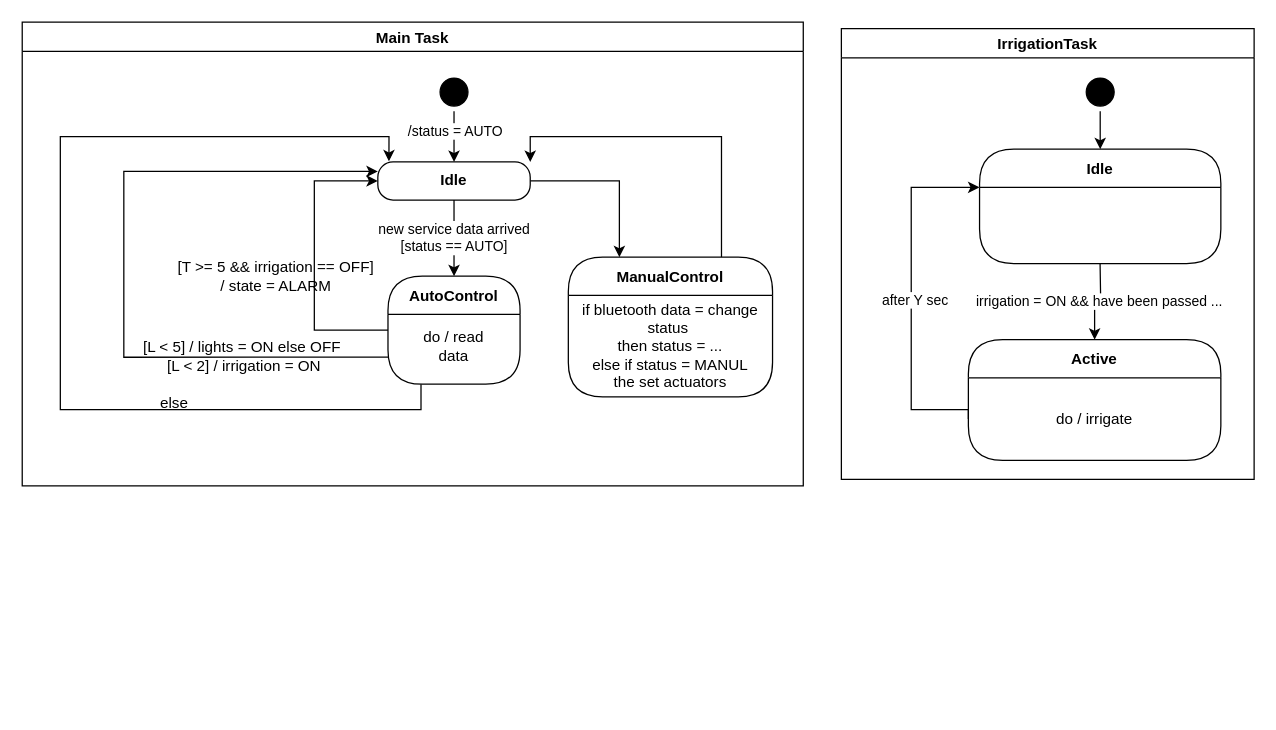
Before: page "overview" (1 of 4) of doc/diagrams/state-chart.drawio in tassiLuca/smart-garden, a draw.io diagram. Source tidied: cells renumbered, new cells numbered last; positions are measured from the earlier drawing's top-left corner, leaving out a move shared by most shapes. Both pictures are drawn from the tidied source at 127%, with x=0, y=0 at pixel (22, 22).
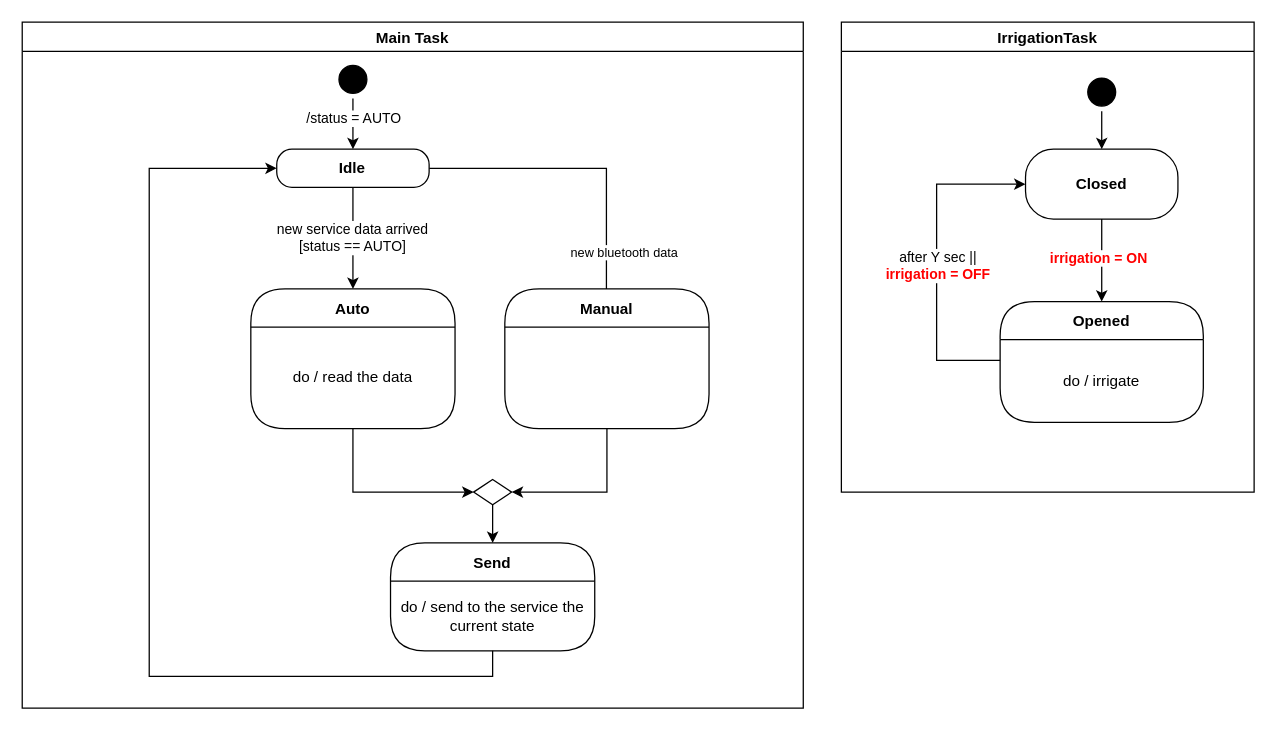
Above is the later version.

Diff of the diagram source:
```diff
@@
     <mxCell id="2" value="IrrigationTask" style="swimlane;strokeColor=#000000;" parent="1" vertex="1">
-      <mxGeometry x="645" y="5" width="325" height="355" as="geometry" />
+      <mxGeometry x="645" width="325" height="370" as="geometry" />
     </mxCell>
     <mxCell id="3" style="ellipse;html=1;shape=startState;fillColor=#000000;strokeColor=#000000;" parent="2" vertex="1">
-      <mxGeometry x="188.8" y="35" width="30" height="30" as="geometry" />
+      <mxGeometry x="190" y="40" width="30" height="30" as="geometry" />
     </mxCell>
-    <mxCell id="4" value="Active" style="swimlane;fontStyle=1;align=center;verticalAlign=middle;horizontal=1;startSize=30;rounded=1;arcSize=30;swimlaneFillColor=#FFFFFF;" parent="2" vertex="1">
-      <mxGeometry x="100" y="245" width="198.8" height="95" as="geometry" />
+    <mxCell id="4" value="Opened" style="swimlane;fontStyle=1;align=center;verticalAlign=middle;horizontal=1;startSize=30;rounded=1;arcSize=30;swimlaneFillColor=#FFFFFF;" parent="2" vertex="1">
+      <mxGeometry x="125" y="220" width="160" height="95" as="geometry" />
     </mxCell>
-    <mxCell id="5" value="do / irrigate" style="text;html=1;align=center;verticalAlign=middle;spacingLeft=4;spacingRight=4;whiteSpace=wrap;overflow=hidden;" parent="4" vertex="1">
-      <mxGeometry y="30" width="198.8" height="65" as="geometry" />
-    </mxCell>
-    <mxCell id="6" style="edgeStyle=orthogonalEdgeStyle;rounded=0;jettySize=auto;html=1;exitX=0;exitY=0.5;exitDx=0;exitDy=0;entryX=0;entryY=0;entryDx=0;entryDy=0;fontColor=#000000;" parent="2" edge="1" source="5">
+    <mxCell id="6" style="edgeStyle=orthogonalEdgeStyle;rounded=0;jettySize=auto;html=1;exitX=0;exitY=0.25;exitDx=0;exitDy=0;entryX=0;entryY=0.5;entryDx=0;entryDy=0;fontColor=#000000;" parent="2" edge="1" source="5" target="30">
       <mxGeometry relative="1" as="geometry">
-        <mxPoint x="108.7" y="125" as="targetPoint" />
         <Array as="points">
-          <mxPoint x="55" y="300" />
-          <mxPoint x="55" y="125" />
+          <mxPoint x="75" y="266" />
+          <mxPoint x="75" y="128" />
+          <mxPoint x="145" y="128" />
         </Array>
       </mxGeometry>
     </mxCell>
-    <mxCell id="7" value="after Y sec" style="edgeLabel;html=1;align=center;verticalAlign=middle;fontColor=#000000;" parent="6" vertex="1">
-      <mxGeometry x="-0.01" y="-2" relative="1" as="geometry" />
+    <mxCell id="7" value="after Y sec || &lt;br&gt;&lt;b&gt;&lt;font color=&quot;#ff0000&quot;&gt;irrigation = OFF&lt;/font&gt;&lt;/b&gt;" style="edgeLabel;html=1;align=center;verticalAlign=middle;fontColor=#000000;" parent="6" vertex="1">
+      <mxGeometry x="-0.01" y="-2" relative="1" as="geometry">
+        <mxPoint x="-2" y="3" as="offset" />
+      </mxGeometry>
     </mxCell>
-    <mxCell id="8" value="Idle" style="swimlane;fontStyle=1;align=center;verticalAlign=middle;horizontal=1;startSize=30;rounded=1;arcSize=30;swimlaneFillColor=#FFFFFF;" parent="2" vertex="1">
-      <mxGeometry x="108.8" y="95" width="190" height="90" as="geometry" />
-    </mxCell>
-    <mxCell id="9" style="edgeStyle=orthogonalEdgeStyle;rounded=0;jettySize=auto;html=1;exitX=0.5;exitY=1;exitDx=0;exitDy=0;entryX=0.5;entryY=0;entryDx=0;entryDy=0;" parent="2" edge="1" source="3" target="8">
+    <mxCell id="9" style="edgeStyle=orthogonalEdgeStyle;rounded=0;jettySize=auto;html=1;exitX=0.5;exitY=1;exitDx=0;exitDy=0;entryX=0.5;entryY=0;entryDx=0;entryDy=0;" parent="2" edge="1" source="3" target="30">
       <mxGeometry relative="1" as="geometry" />
     </mxCell>
-    <mxCell id="10" style="edgeStyle=orthogonalEdgeStyle;rounded=0;jettySize=auto;html=1;exitX=0.5;exitY=1;exitDx=0;exitDy=0;entryX=0.5;entryY=0;entryDx=0;entryDy=0;" parent="2" edge="1" target="4">
-      <mxGeometry relative="1" as="geometry">
-        <mxPoint x="203.7" y="185" as="sourcePoint" />
-      </mxGeometry>
+    <mxCell id="10" style="edgeStyle=orthogonalEdgeStyle;rounded=0;jettySize=auto;html=1;exitX=0.5;exitY=1;exitDx=0;exitDy=0;entryX=0.5;entryY=0;entryDx=0;entryDy=0;" parent="2" edge="1" source="30" target="4">
+      <mxGeometry relative="1" as="geometry" />
     </mxCell>
-    <mxCell id="11" value="irrigation = ON &amp;amp;&amp;amp; have been passed ..." style="edgeLabel;html=1;align=center;verticalAlign=middle;" parent="10" vertex="1">
+    <mxCell id="11" value="&lt;b&gt;&lt;font color=&quot;#ff0000&quot;&gt;irrigation = ON&amp;nbsp;&lt;/font&gt;&lt;/b&gt;" style="edgeLabel;html=1;align=center;verticalAlign=middle;" parent="10" vertex="1">
       <mxGeometry x="-0.09" y="-2" relative="1" as="geometry" />
     </mxCell>
+    <mxCell id="30" value="Closed" style="rounded=1;whiteSpace=wrap;html=1;arcSize=40;fontStyle=1;" parent="2" vertex="1">
+      <mxGeometry x="145" y="100" width="120" height="55" as="geometry" />
+    </mxCell>
+    <mxCell id="5" value="do / irrigate" style="text;html=1;align=center;verticalAlign=middle;spacingLeft=4;spacingRight=4;whiteSpace=wrap;overflow=hidden;" parent="2" vertex="1">
+      <mxGeometry x="125" y="250" width="160" height="65" as="geometry" />
+    </mxCell>
     <mxCell id="12" value="Main Task" style="swimlane;strokeColor=#000000;" parent="1" vertex="1">
-      <mxGeometry width="615" height="365" as="geometry" />
+      <mxGeometry width="615" height="540" as="geometry" />
     </mxCell>
     <mxCell id="13" style="ellipse;html=1;shape=startState;fillColor=#000000;strokeColor=#000000;" parent="12" vertex="1">
-      <mxGeometry x="325" y="40" width="30" height="30" as="geometry" />
+      <mxGeometry x="245.4" y="30" width="30" height="30" as="geometry" />
     </mxCell>
-    <mxCell id="14" value="new service data arrived&lt;br&gt;[status == AUTO]" style="edgeStyle=orthogonalEdgeStyle;curved=1;jettySize=auto;html=1;exitX=0.5;exitY=1;exitDx=0;exitDy=0;entryX=0.5;entryY=0;entryDx=0;entryDy=0;fontColor=#000000;" parent="12" edge="1" source="16" target="22">
+    <mxCell id="14" value="new service data arrived&lt;br&gt;[status == AUTO]" style="edgeStyle=orthogonalEdgeStyle;jettySize=auto;html=1;exitX=0.5;exitY=1;exitDx=0;exitDy=0;entryX=0.5;entryY=0;entryDx=0;entryDy=0;fontColor=#000000;rounded=0;" parent="12" edge="1" source="16" target="32">
       <mxGeometry relative="1" as="geometry" />
     </mxCell>
-    <mxCell id="15" style="edgeStyle=orthogonalEdgeStyle;rounded=0;jettySize=auto;html=1;exitX=1;exitY=0.5;exitDx=0;exitDy=0;entryX=0.25;entryY=0;entryDx=0;entryDy=0;fontColor=#000000;startArrow=none;startFill=0;" parent="12" edge="1" source="16" target="24">
+    <mxCell id="15" style="edgeStyle=orthogonalEdgeStyle;rounded=0;jettySize=auto;html=1;exitX=1;exitY=0.5;exitDx=0;exitDy=0;entryX=0.5;entryY=0;entryDx=0;entryDy=0;fontColor=#000000;startArrow=none;startFill=0;" parent="12" edge="1" source="16" target="24">
       <mxGeometry relative="1" as="geometry">
         <Array as="points">
-          <mxPoint x="470" y="125" />
+          <mxPoint x="460" y="115" />
+          <mxPoint x="460" y="240" />
         </Array>
       </mxGeometry>
     </mxCell>
+    <mxCell id="31" value="new bluetooth data" style="edgeLabel;html=1;align=center;verticalAlign=middle;fontSize=10;fontColor=#000000;" parent="15" vertex="1">
+      <mxGeometry x="-0.15" y="1" relative="1" as="geometry">
+        <mxPoint x="28" y="66" as="offset" />
+      </mxGeometry>
+    </mxCell>
     <mxCell id="16" value="Idle" style="rounded=1;whiteSpace=wrap;html=1;arcSize=40;fontStyle=1;" parent="12" vertex="1">
-      <mxGeometry x="280" y="110" width="120" height="30" as="geometry" />
+      <mxGeometry x="200.4" y="100" width="120" height="30" as="geometry" />
     </mxCell>
@@
-    <mxCell id="19" style="edgeStyle=orthogonalEdgeStyle;rounded=0;jettySize=auto;html=1;exitX=0;exitY=0.5;exitDx=0;exitDy=0;entryX=0;entryY=0.5;entryDx=0;entryDy=0;fontColor=#000000;startArrow=none;startFill=0;" parent="12" edge="1" source="22" target="16">
-      <mxGeometry relative="1" as="geometry">
-        <Array as="points">
-          <mxPoint x="230" y="242" />
-          <mxPoint x="230" y="125" />
-        </Array>
-      </mxGeometry>
-    </mxCell>
-    <mxCell id="20" style="edgeStyle=orthogonalEdgeStyle;rounded=0;jettySize=auto;html=1;exitX=0;exitY=0.75;exitDx=0;exitDy=0;entryX=0;entryY=0.25;entryDx=0;entryDy=0;fontColor=#000000;startArrow=none;startFill=0;" parent="12" edge="1" source="22" target="16">
-      <mxGeometry relative="1" as="geometry">
-        <Array as="points">
-          <mxPoint x="80" y="264" />
-          <mxPoint x="80" y="118" />
-        </Array>
-      </mxGeometry>
-    </mxCell>
-    <mxCell id="21" style="edgeStyle=orthogonalEdgeStyle;rounded=0;jettySize=auto;html=1;exitX=0.25;exitY=1;exitDx=0;exitDy=0;entryX=0.073;entryY=-0.016;entryDx=0;entryDy=0;entryPerimeter=0;fontColor=#000000;startArrow=none;startFill=0;" parent="12" edge="1" source="22" target="16">
-      <mxGeometry relative="1" as="geometry">
-        <Array as="points">
-          <mxPoint x="314" y="305" />
-          <mxPoint x="30" y="305" />
-          <mxPoint x="30" y="90" />
-          <mxPoint x="289" y="90" />
-        </Array>
-      </mxGeometry>
-    </mxCell>
-    <mxCell id="22" value="AutoControl" style="swimlane;fontStyle=1;align=center;verticalAlign=middle;horizontal=1;startSize=30;rounded=1;arcSize=30;swimlaneFillColor=#FFFFFF;" parent="12" vertex="1">
-      <mxGeometry x="288" y="200" width="104" height="85" as="geometry" />
-    </mxCell>
-    <mxCell id="23" style="edgeStyle=orthogonalEdgeStyle;rounded=0;jettySize=auto;html=1;exitX=0.75;exitY=0;exitDx=0;exitDy=0;entryX=1;entryY=0;entryDx=0;entryDy=0;fontColor=#000000;startArrow=none;startFill=0;" parent="12" edge="1" source="24" target="16">
-      <mxGeometry relative="1" as="geometry" />
-    </mxCell>
-    <mxCell id="24" value="ManualControl" style="swimlane;fontStyle=1;align=center;verticalAlign=middle;horizontal=1;startSize=30;rounded=1;arcSize=30;swimlaneFillColor=#FFFFFF;" parent="12" vertex="1">
-      <mxGeometry x="430" y="185" width="160.8" height="110" as="geometry" />
+    <mxCell id="24" value="Manual" style="swimlane;fontStyle=1;align=center;verticalAlign=middle;horizontal=1;startSize=30;rounded=1;arcSize=30;swimlaneFillColor=#FFFFFF;" parent="12" vertex="1">
+      <mxGeometry x="380" y="210" width="160.8" height="110" as="geometry" />
     </mxCell>
-    <mxCell id="25" value="if bluetooth data = change status&amp;nbsp;&lt;br&gt;then status = ...&lt;br&gt;else if status = MANUL&lt;br&gt;the set actuators" style="text;html=1;align=center;verticalAlign=middle;spacingLeft=4;spacingRight=4;whiteSpace=wrap;overflow=hidden;" parent="24" vertex="1">
+    <mxCell id="25" value="&amp;nbsp; &amp;nbsp;&amp;nbsp;" style="text;html=1;align=center;verticalAlign=middle;spacingLeft=4;spacingRight=4;whiteSpace=wrap;overflow=hidden;" parent="24" vertex="1">
       <mxGeometry y="30" width="160.8" height="80" as="geometry" />
     </mxCell>
-    <mxCell id="26" value="[T &amp;gt;= 5 &amp;amp;&amp;amp; irrigation == OFF] / state = ALARM" style="text;html=1;strokeColor=none;fillColor=none;align=center;verticalAlign=middle;whiteSpace=wrap;rounded=0;fontColor=#000000;" parent="12" vertex="1">
-      <mxGeometry x="120" y="185" width="160" height="30" as="geometry" />
-    </mxCell>
-    <mxCell id="27" value="[L &amp;lt; 5] / lights = ON else OFF&amp;nbsp;&lt;br&gt;[L &amp;lt; 2] / irrigation = ON" style="text;html=1;strokeColor=none;fillColor=none;align=center;verticalAlign=middle;whiteSpace=wrap;rounded=0;fontColor=#000000;" parent="12" vertex="1">
-      <mxGeometry x="90" y="248" width="170" height="30" as="geometry" />
-    </mxCell>
-    <mxCell id="28" value="else" style="text;html=1;strokeColor=none;fillColor=none;align=center;verticalAlign=middle;whiteSpace=wrap;rounded=0;fontColor=#000000;" parent="12" vertex="1">
-      <mxGeometry x="90" y="285" width="60" height="30" as="geometry" />
-    </mxCell>
-    <mxCell id="29" value="do / read data" style="text;html=1;strokeColor=none;fillColor=none;align=center;verticalAlign=middle;whiteSpace=wrap;rounded=0;fontColor=#000000;" parent="12" vertex="1">
-      <mxGeometry x="310" y="240" width="60" height="30" as="geometry" />
-    </mxCell>
+    <mxCell id="32" value="Auto" style="swimlane;fontStyle=1;align=center;verticalAlign=middle;horizontal=1;startSize=30;rounded=1;arcSize=30;swimlaneFillColor=#FFFFFF;" parent="12" vertex="1">
+      <mxGeometry x="180" y="210" width="160.8" height="110" as="geometry" />
+    </mxCell>
+    <mxCell id="33" value="do / read the data" style="text;html=1;align=center;verticalAlign=middle;spacingLeft=4;spacingRight=4;whiteSpace=wrap;overflow=hidden;" parent="32" vertex="1">
+      <mxGeometry y="30" width="160.8" height="80" as="geometry" />
+    </mxCell>
+    <mxCell id="34" value="Send" style="swimlane;fontStyle=1;align=center;verticalAlign=middle;horizontal=1;startSize=30;rounded=1;arcSize=30;swimlaneFillColor=#FFFFFF;" parent="12" vertex="1">
+      <mxGeometry x="290" y="410" width="160.8" height="85" as="geometry" />
+    </mxCell>
+    <mxCell id="35" value="do / send to the service the current state" style="text;html=1;align=center;verticalAlign=middle;spacingLeft=4;spacingRight=4;whiteSpace=wrap;overflow=hidden;" parent="34" vertex="1">
+      <mxGeometry y="30" width="160.8" height="55" as="geometry" />
+    </mxCell>
+    <mxCell id="36" style="edgeStyle=orthogonalEdgeStyle;curved=1;jettySize=auto;html=1;exitX=0.5;exitY=1;exitDx=0;exitDy=0;entryX=0.5;entryY=0;entryDx=0;entryDy=0;fontSize=10;fontColor=#000000;" parent="12" edge="1" source="37" target="34">
+      <mxGeometry relative="1" as="geometry" />
+    </mxCell>
+    <mxCell id="37" style="shape=rhombus;perimeter=rhombusPerimeter;whiteSpace=wrap;html=1;align=center;fontSize=10;fontColor=#000000;" parent="12" vertex="1">
+      <mxGeometry x="355.4" y="360" width="30" height="20" as="geometry" />
+    </mxCell>
+    <mxCell id="38" style="edgeStyle=orthogonalEdgeStyle;jettySize=auto;html=1;exitX=0.5;exitY=1;exitDx=0;exitDy=0;entryX=0;entryY=0.5;entryDx=0;entryDy=0;fontSize=10;fontColor=#000000;rounded=0;" parent="12" edge="1" source="33" target="37">
+      <mxGeometry relative="1" as="geometry" />
+    </mxCell>
+    <mxCell id="39" style="edgeStyle=orthogonalEdgeStyle;rounded=0;jettySize=auto;html=1;exitX=0.5;exitY=1;exitDx=0;exitDy=0;entryX=1;entryY=0.5;entryDx=0;entryDy=0;fontSize=10;fontColor=#000000;" parent="12" edge="1" source="25" target="37">
+      <mxGeometry relative="1" as="geometry" />
+    </mxCell>
+    <mxCell id="40" style="edgeStyle=orthogonalEdgeStyle;rounded=0;jettySize=auto;html=1;exitX=0.5;exitY=1;exitDx=0;exitDy=0;entryX=0;entryY=0.5;entryDx=0;entryDy=0;fontSize=10;fontColor=#000000;" parent="12" edge="1" source="35" target="16">
+      <mxGeometry relative="1" as="geometry">
+        <Array as="points">
+          <mxPoint x="370" y="515" />
+          <mxPoint x="100" y="515" />
+          <mxPoint x="100" y="115" />
+        </Array>
+      </mxGeometry>
+    </mxCell>
```
